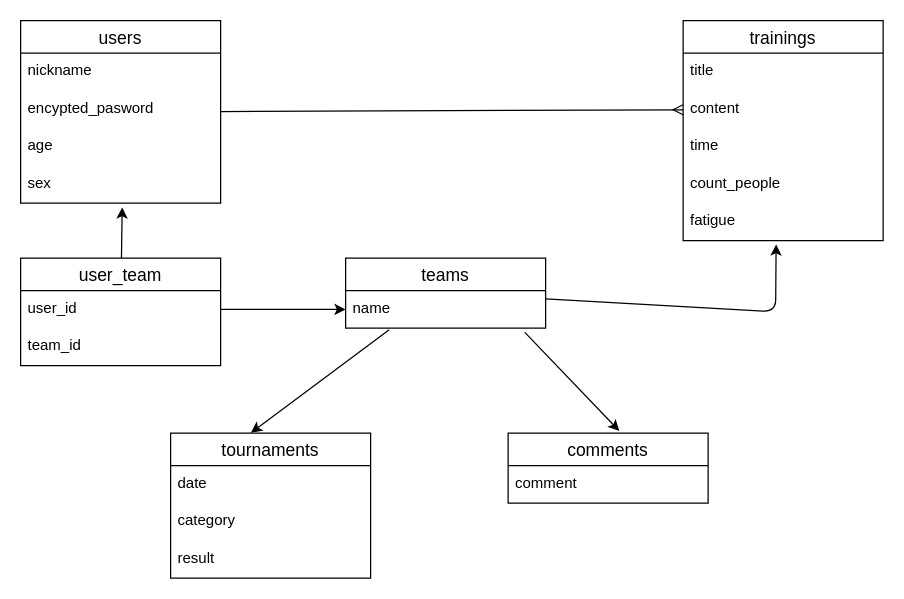
Earlier version of the draw.io diagram ER図.dio (piroyuki666/volleyball-note). Source tidied: cells renumbered, new cells numbered last; positions are measured from the earlier drawing's top-left corner, leaving out a move shared by most shapes. Both pictures are drawn from the tidied source at 125%, with x=0, y=0 at pixel (20, 20).
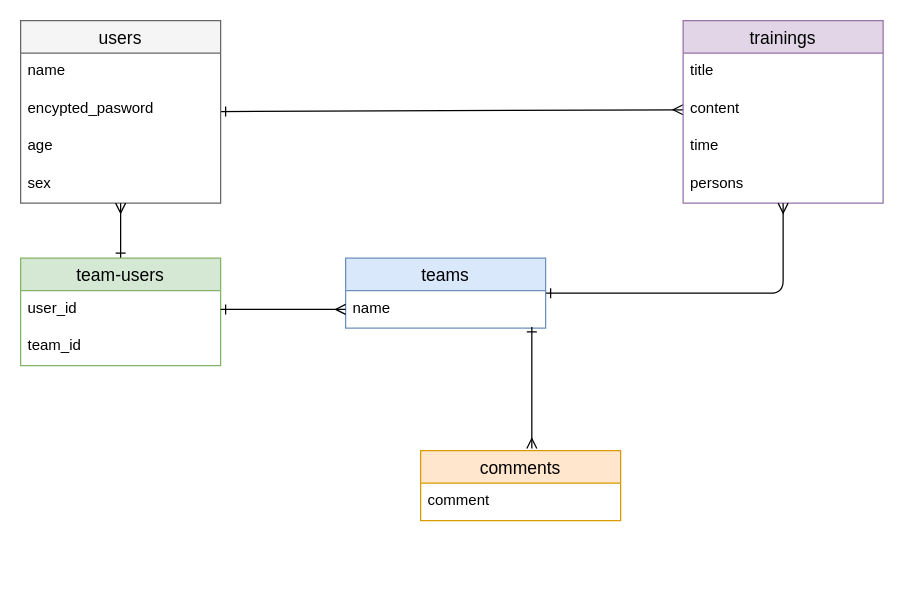
The same diagram, later.

The edit, as a diff of the source:
```diff
@@
-<mxGraphModel>
+<mxGraphModel background="#ffffff">
@@
-    <mxCell id="2" style="edgeStyle=none;html=1;endArrow=ERmany;endFill=0;startArrow=none;startFill=0;" parent="1" edge="1" source="3" target="10">
+    <mxCell id="2" style="edgeStyle=none;html=1;endArrow=ERmany;endFill=0;startArrow=ERone;startFill=0;fontColor=#000000;labelBorderColor=#000000;strokeColor=#000000;" parent="1" edge="1" source="3" target="10">
       <mxGeometry relative="1" as="geometry" />
     </mxCell>
-    <mxCell id="3" value="users" style="swimlane;fontStyle=0;horizontal=1;startSize=26;align=center;fontSize=14;" parent="1" vertex="1">
+    <mxCell id="3" value="users" style="swimlane;fontStyle=0;horizontal=1;startSize=26;align=center;fontSize=14;fillColor=#f5f5f5;strokeColor=#666666;fontColor=#000000;" parent="1" vertex="1">
       <mxGeometry width="160" height="146" as="geometry" />
     </mxCell>
-    <mxCell id="4" value="nickname" style="text;strokeColor=none;fillColor=none;spacingLeft=4;spacingRight=4;overflow=hidden;fontSize=12;" parent="3" vertex="1">
+    <mxCell id="4" value="name" style="text;strokeColor=none;fillColor=none;spacingLeft=4;spacingRight=4;overflow=hidden;fontSize=12;fontColor=#000000;" parent="3" vertex="1">
       <mxGeometry y="26" width="160" height="30" as="geometry" />
     </mxCell>
-    <mxCell id="5" value="encypted_pasword" style="text;strokeColor=none;fillColor=none;spacingLeft=4;spacingRight=4;overflow=hidden;fontSize=12;" parent="3" vertex="1">
+    <mxCell id="5" value="encypted_pasword" style="text;strokeColor=none;fillColor=none;spacingLeft=4;spacingRight=4;overflow=hidden;fontSize=12;fontColor=#000000;" parent="3" vertex="1">
       <mxGeometry y="56" width="160" height="30" as="geometry" />
     </mxCell>
-    <mxCell id="6" value="age" style="text;strokeColor=none;fillColor=none;spacingLeft=4;spacingRight=4;overflow=hidden;fontSize=12;" parent="3" vertex="1">
+    <mxCell id="6" value="age" style="text;strokeColor=none;fillColor=none;spacingLeft=4;spacingRight=4;overflow=hidden;fontSize=12;fontColor=#000000;" parent="3" vertex="1">
       <mxGeometry y="86" width="160" height="30" as="geometry" />
     </mxCell>
-    <mxCell id="7" value="sex" style="text;strokeColor=none;fillColor=none;spacingLeft=4;spacingRight=4;overflow=hidden;points=[[0,0.5],[1,0.5]];portConstraint=eastwest;fontSize=12;" parent="3" vertex="1">
+    <mxCell id="7" value="sex" style="text;strokeColor=none;fillColor=none;spacingLeft=4;spacingRight=4;overflow=hidden;points=[[0,0.5],[1,0.5]];portConstraint=eastwest;fontSize=12;fontColor=#000000;" parent="3" vertex="1">
       <mxGeometry y="116" width="160" height="30" as="geometry" />
     </mxCell>
-    <mxCell id="8" value="trainings" style="swimlane;fontStyle=0;horizontal=1;startSize=26;align=center;fontSize=14;" parent="1" vertex="1">
-      <mxGeometry x="530" width="160" height="176" as="geometry" />
+    <mxCell id="8" value="trainings" style="swimlane;fontStyle=0;horizontal=1;startSize=26;align=center;fontSize=14;fillColor=#e1d5e7;strokeColor=#9673a6;fontColor=#000000;" parent="1" vertex="1">
+      <mxGeometry x="530" width="160" height="146" as="geometry" />
     </mxCell>
-    <mxCell id="9" value="title" style="text;strokeColor=none;fillColor=none;spacingLeft=4;spacingRight=4;overflow=hidden;fontSize=12;" parent="8" vertex="1">
+    <mxCell id="9" value="title" style="text;strokeColor=none;fillColor=none;spacingLeft=4;spacingRight=4;overflow=hidden;fontSize=12;fontColor=#000000;" parent="8" vertex="1">
       <mxGeometry y="26" width="160" height="30" as="geometry" />
     </mxCell>
-    <mxCell id="10" value="content" style="text;strokeColor=none;fillColor=none;spacingLeft=4;spacingRight=4;overflow=hidden;points=[[0,0.5],[1,0.5]];portConstraint=eastwest;fontSize=12;" parent="8" vertex="1">
+    <mxCell id="10" value="content" style="text;strokeColor=none;fillColor=none;spacingLeft=4;spacingRight=4;overflow=hidden;points=[[0,0.5],[1,0.5]];portConstraint=eastwest;fontSize=12;fontColor=#000000;" parent="8" vertex="1">
       <mxGeometry y="56" width="160" height="30" as="geometry" />
     </mxCell>
-    <mxCell id="11" value="time" style="text;strokeColor=none;fillColor=none;spacingLeft=4;spacingRight=4;overflow=hidden;fontSize=12;" parent="8" vertex="1">
+    <mxCell id="11" value="time" style="text;strokeColor=none;fillColor=none;spacingLeft=4;spacingRight=4;overflow=hidden;fontSize=12;fontColor=#000000;" parent="8" vertex="1">
       <mxGeometry y="86" width="160" height="30" as="geometry" />
     </mxCell>
-    <mxCell id="12" value="count_people" style="text;strokeColor=none;fillColor=none;spacingLeft=4;spacingRight=4;overflow=hidden;fontSize=12;" parent="8" vertex="1">
+    <mxCell id="12" value="persons" style="text;strokeColor=none;fillColor=none;spacingLeft=4;spacingRight=4;overflow=hidden;fontSize=12;fontColor=#000000;" parent="8" vertex="1">
       <mxGeometry y="116" width="160" height="30" as="geometry" />
     </mxCell>
-    <mxCell id="13" value="fatigue" style="text;strokeColor=none;fillColor=none;spacingLeft=4;spacingRight=4;overflow=hidden;points=[[0,0.5],[1,0.5]];portConstraint=eastwest;fontSize=12;" parent="8" vertex="1">
-      <mxGeometry y="146" width="160" height="30" as="geometry" />
-    </mxCell>
-    <mxCell id="14" value="comments" style="swimlane;fontStyle=0;horizontal=1;startSize=26;align=center;fontSize=14;" parent="1" vertex="1">
-      <mxGeometry x="390" y="330" width="160" height="56" as="geometry" />
+    <mxCell id="14" value="comments" style="swimlane;fontStyle=0;horizontal=1;startSize=26;align=center;fontSize=14;fillColor=#ffe6cc;strokeColor=#d79b00;fontColor=#000000;" parent="1" vertex="1">
+      <mxGeometry x="320" y="344" width="160" height="56" as="geometry" />
     </mxCell>
-    <mxCell id="15" value="comment" style="text;strokeColor=none;fillColor=none;spacingLeft=4;spacingRight=4;overflow=hidden;fontSize=12;" parent="14" vertex="1">
+    <mxCell id="15" value="comment" style="text;strokeColor=none;fillColor=none;spacingLeft=4;spacingRight=4;overflow=hidden;fontSize=12;fontColor=#000000;" parent="14" vertex="1">
       <mxGeometry y="26" width="160" height="30" as="geometry" />
     </mxCell>
-    <mxCell id="16" value="tournaments" style="swimlane;fontStyle=0;horizontal=1;startSize=26;align=center;fontSize=14;" parent="1" vertex="1">
-      <mxGeometry x="120" y="330" width="160" height="116" as="geometry" />
-    </mxCell>
-    <mxCell id="17" value="date" style="text;strokeColor=none;fillColor=none;spacingLeft=4;spacingRight=4;overflow=hidden;fontSize=12;" parent="16" vertex="1">
-      <mxGeometry y="26" width="160" height="30" as="geometry" />
-    </mxCell>
-    <mxCell id="18" value="category " style="text;strokeColor=none;fillColor=none;spacingLeft=4;spacingRight=4;overflow=hidden;fontSize=12;" parent="16" vertex="1">
-      <mxGeometry y="56" width="160" height="30" as="geometry" />
-    </mxCell>
-    <mxCell id="19" value="result" style="text;strokeColor=none;fillColor=none;spacingLeft=4;spacingRight=4;overflow=hidden;fontSize=12;" parent="16" vertex="1">
-      <mxGeometry y="86" width="160" height="30" as="geometry" />
-    </mxCell>
-    <mxCell id="20" style="edgeStyle=none;html=1;entryX=0.465;entryY=1.1;entryDx=0;entryDy=0;entryPerimeter=0;" parent="1" edge="1" source="21" target="13">
-      <mxGeometry relative="1" as="geometry">
-        <Array as="points">
-          <mxPoint x="604" y="233" />
-        </Array>
-      </mxGeometry>
-    </mxCell>
+    <mxCell id="30" style="edgeStyle=none;html=1;endArrow=ERmany;endFill=0;startArrow=ERone;startFill=0;labelBorderColor=#000000;fontColor=#000000;strokeColor=#000000;" parent="1" edge="1" source="21" target="8">
+      <mxGeometry relative="1" as="geometry">
+        <Array as="points">
+          <mxPoint x="610" y="218" />
+        </Array>
+      </mxGeometry>
+    </mxCell>
-    <mxCell id="21" value="teams" style="swimlane;fontStyle=0;horizontal=1;startSize=26;align=center;fontSize=14;" parent="1" vertex="1">
+    <mxCell id="21" value="teams" style="swimlane;fontStyle=0;horizontal=1;startSize=26;align=center;fontSize=14;fillColor=#dae8fc;strokeColor=#6c8ebf;fontColor=#000000;" parent="1" vertex="1">
       <mxGeometry x="260" y="190" width="160" height="56" as="geometry" />
     </mxCell>
-    <mxCell id="22" value="name" style="text;strokeColor=none;fillColor=none;spacingLeft=4;spacingRight=4;overflow=hidden;points=[[0,0.5],[1,0.5]];portConstraint=eastwest;fontSize=12;" parent="21" vertex="1">
+    <mxCell id="22" value="name" style="text;strokeColor=none;fillColor=none;spacingLeft=4;spacingRight=4;overflow=hidden;points=[[0,0.5],[1,0.5]];portConstraint=eastwest;fontSize=12;fontColor=#000000;" parent="21" vertex="1">
       <mxGeometry y="26" width="160" height="30" as="geometry" />
     </mxCell>
-    <mxCell id="23" style="edgeStyle=none;html=1;entryX=0.556;entryY=-0.03;entryDx=0;entryDy=0;entryPerimeter=0;exitX=0.896;exitY=1.114;exitDx=0;exitDy=0;exitPerimeter=0;" parent="1" edge="1" source="22" target="14">
+    <mxCell id="23" style="edgeStyle=none;html=1;entryX=0.556;entryY=-0.03;entryDx=0;entryDy=0;entryPerimeter=0;exitX=0.931;exitY=0.967;exitDx=0;exitDy=0;exitPerimeter=0;startArrow=ERone;startFill=0;endArrow=ERmany;endFill=0;strokeColor=#000000;" parent="1" edge="1" source="22" target="14">
       <mxGeometry relative="1" as="geometry" />
     </mxCell>
-    <mxCell id="24" style="edgeStyle=none;html=1;entryX=0.402;entryY=-0.003;entryDx=0;entryDy=0;entryPerimeter=0;exitX=0.218;exitY=1.044;exitDx=0;exitDy=0;exitPerimeter=0;" parent="1" edge="1" source="22" target="16">
-      <mxGeometry relative="1" as="geometry" />
-    </mxCell>
-    <mxCell id="25" style="edgeStyle=none;html=1;entryX=0.508;entryY=1.114;entryDx=0;entryDy=0;entryPerimeter=0;" parent="1" edge="1" source="26" target="7">
-      <mxGeometry relative="1" as="geometry" />
-    </mxCell>
+    <mxCell id="31" style="edgeStyle=none;html=1;endArrow=ERmany;endFill=0;startArrow=ERone;startFill=0;labelBorderColor=#000000;strokeColor=#000000;" parent="1" edge="1" source="26" target="3">
+      <mxGeometry relative="1" as="geometry" />
+    </mxCell>
-    <mxCell id="26" value="user_team" style="swimlane;fontStyle=0;horizontal=1;startSize=26;align=center;fontSize=14;" parent="1" vertex="1">
+    <mxCell id="26" value="team-users" style="swimlane;fontStyle=0;horizontal=1;startSize=26;align=center;fontSize=14;fillColor=#d5e8d4;strokeColor=#82b366;fontColor=#000000;" parent="1" vertex="1">
       <mxGeometry y="190" width="160" height="86" as="geometry" />
     </mxCell>
-    <mxCell id="27" value="user_id " style="text;strokeColor=none;fillColor=none;spacingLeft=4;spacingRight=4;overflow=hidden;points=[[0,0.5],[1,0.5]];portConstraint=eastwest;fontSize=12;" parent="26" vertex="1">
+    <mxCell id="27" value="user_id " style="text;strokeColor=none;fillColor=none;spacingLeft=4;spacingRight=4;overflow=hidden;points=[[0,0.5],[1,0.5]];portConstraint=eastwest;fontSize=12;fontColor=#000000;" parent="26" vertex="1">
       <mxGeometry y="26" width="160" height="30" as="geometry" />
     </mxCell>
-    <mxCell id="28" value="team_id" style="text;strokeColor=none;fillColor=none;spacingLeft=4;spacingRight=4;overflow=hidden;fontSize=12;" parent="26" vertex="1">
+    <mxCell id="28" value="team_id" style="text;strokeColor=none;fillColor=none;spacingLeft=4;spacingRight=4;overflow=hidden;fontSize=12;fontColor=#000000;" parent="26" vertex="1">
       <mxGeometry y="56" width="160" height="30" as="geometry" />
     </mxCell>
-    <mxCell id="29" style="edgeStyle=none;html=1;entryX=0;entryY=0.5;entryDx=0;entryDy=0;" parent="1" edge="1" source="27" target="22">
+    <mxCell id="29" style="edgeStyle=none;html=1;entryX=0;entryY=0.5;entryDx=0;entryDy=0;startArrow=ERone;startFill=0;endArrow=ERmany;endFill=0;strokeColor=#000000;" parent="1" edge="1" source="27" target="22">
       <mxGeometry relative="1" as="geometry" />
     </mxCell>
```
